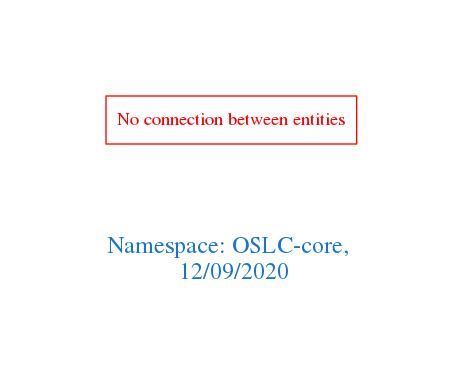
arago/OGIT keeps this Graphviz diagram as downloads/OSLC-core.png. Above is the earlier version. Its source is kept beside it as downloads/OSLC-core.dot.
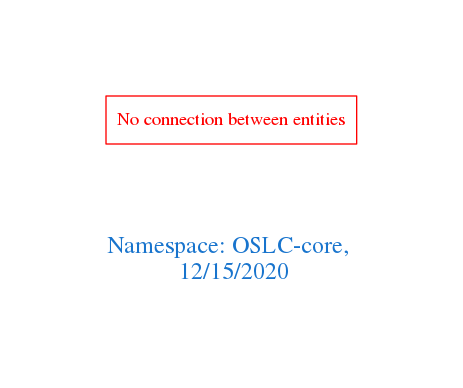
The same diagram one commit later.

What changed in the source:
```diff
@@ -1,7 +1,7 @@
 digraph OGIT_ontology {
  graph [ rankdir= LR,pad=1
 fontsize = 18,
-fontcolor= dodgerblue3,label = "\n\n\nNamespace: OSLC-core, \n 12/09/2020"];
+fontcolor= dodgerblue3,label = "\n\n\nNamespace: OSLC-core, \n 12/15/2020"];
 node[shape=polygon];
 edge [  color="gray81"];
 
```
